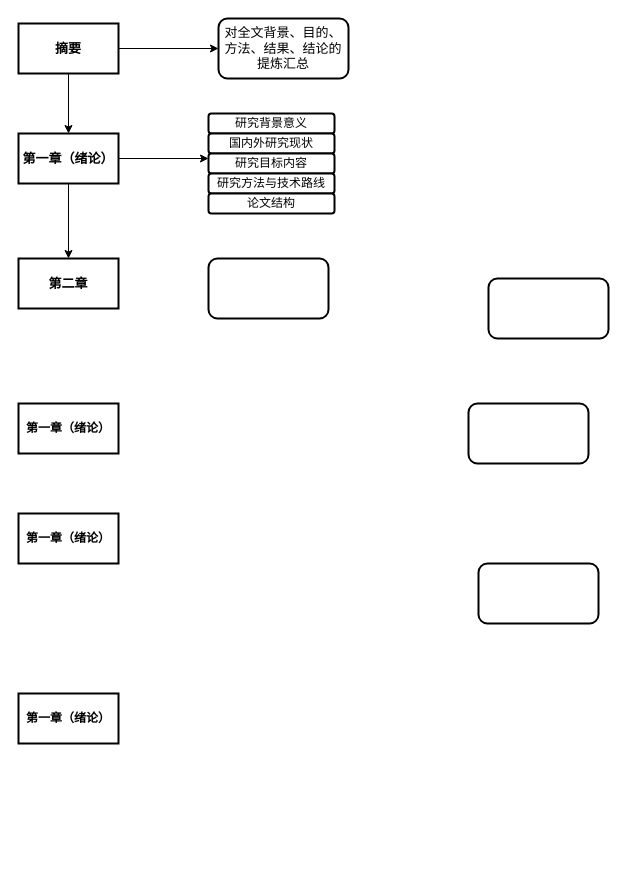
Earlier version of the draw.io diagram KG.drawio (huxinkan517/DRAW.IO). Source tidied: cells renumbered, new cells numbered last; positions are measured from the earlier drawing's top-left corner, leaving out a move shared by most shapes. Both pictures are drawn from the tidied source at 100%, with x=0, y=0 at pixel (18, 18).
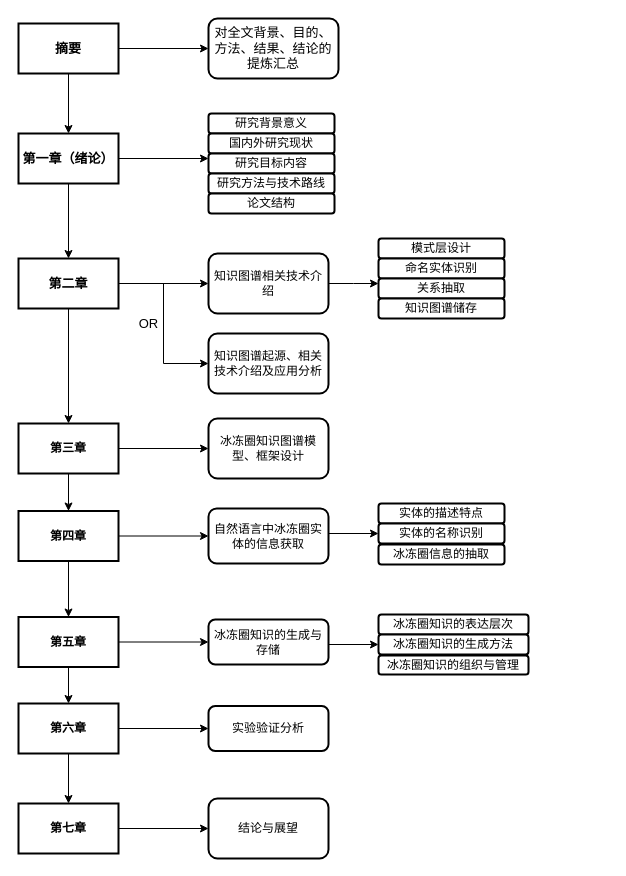
Above is the later version.

The change refers to these unchanged cells:
```xml
<mxCell id="6" value="&lt;b&gt;&lt;font style=&quot;font-size: 13px&quot;&gt;第二章&lt;/font&gt;&lt;/b&gt;" style="rounded=0;whiteSpace=wrap;html=1;strokeWidth=2;" parent="1" vertex="1">
  <mxGeometry y="240" width="100" height="50" as="geometry" />
</mxCell>
```

The edit, as a diff of the source:
```diff
@@
     <mxCell id="5" value="&lt;font style=&quot;font-size: 13px&quot;&gt;对全文背景、目的、方法、结果、结论的提炼汇总&lt;/font&gt;" style="rounded=1;whiteSpace=wrap;html=1;strokeWidth=2;" parent="1" vertex="1">
-      <mxGeometry x="200" width="130" height="60" as="geometry" />
+      <mxGeometry x="190" width="130" height="60" as="geometry" />
     </mxCell>
+    <mxCell id="22" style="edgeStyle=orthogonalEdgeStyle;rounded=0;jettySize=auto;html=1;exitX=1;exitY=0.5;exitDx=0;exitDy=0;entryX=0;entryY=0.5;entryDx=0;entryDy=0;fontSize=13;" parent="1" edge="1" source="6" target="11">
+      <mxGeometry relative="1" as="geometry" />
+    </mxCell>
+    <mxCell id="23" style="edgeStyle=orthogonalEdgeStyle;rounded=0;jettySize=auto;html=1;exitX=1;exitY=0.5;exitDx=0;exitDy=0;entryX=0;entryY=0.5;entryDx=0;entryDy=0;fontSize=13;" parent="1" edge="1" source="6" target="34">
+      <mxGeometry relative="1" as="geometry" />
+    </mxCell>
+    <mxCell id="24" style="edgeStyle=orthogonalEdgeStyle;rounded=0;jettySize=auto;html=1;exitX=0.5;exitY=1;exitDx=0;exitDy=0;entryX=0.5;entryY=0;entryDx=0;entryDy=0;fontSize=13;" parent="1" edge="1" source="6" target="7">
+      <mxGeometry relative="1" as="geometry" />
+    </mxCell>
@@
+    <mxCell id="25" style="edgeStyle=orthogonalEdgeStyle;rounded=0;jettySize=auto;html=1;exitX=1;exitY=0.5;exitDx=0;exitDy=0;entryX=0;entryY=0.5;entryDx=0;entryDy=0;fontSize=13;" parent="1" edge="1" source="7" target="13">
+      <mxGeometry relative="1" as="geometry" />
+    </mxCell>
+    <mxCell id="26" style="edgeStyle=orthogonalEdgeStyle;rounded=0;jettySize=auto;html=1;exitX=0.5;exitY=1;exitDx=0;exitDy=0;entryX=0.5;entryY=0;entryDx=0;entryDy=0;fontSize=13;" parent="1" edge="1" source="7" target="38">
+      <mxGeometry relative="1" as="geometry" />
+    </mxCell>
-    <mxCell id="7" value="&lt;b&gt;第一章（绪论）&lt;/b&gt;" style="rounded=0;whiteSpace=wrap;html=1;strokeWidth=2;" parent="1" vertex="1">
-      <mxGeometry y="385" width="100" height="50" as="geometry" />
+    <mxCell id="7" value="&lt;b&gt;第三章&lt;/b&gt;" style="rounded=0;whiteSpace=wrap;html=1;strokeWidth=2;" parent="1" vertex="1">
+      <mxGeometry y="405" width="100" height="50" as="geometry" />
     </mxCell>
-    <mxCell id="8" value="&lt;b&gt;第一章（绪论）&lt;/b&gt;" style="rounded=0;whiteSpace=wrap;html=1;strokeWidth=2;" parent="1" vertex="1">
-      <mxGeometry y="495" width="100" height="50" as="geometry" />
-    </mxCell>
+    <mxCell id="27" style="edgeStyle=orthogonalEdgeStyle;rounded=0;jettySize=auto;html=1;exitX=1;exitY=0.5;exitDx=0;exitDy=0;entryX=0;entryY=0.5;entryDx=0;entryDy=0;fontSize=13;" parent="1" edge="1" source="9" target="44">
+      <mxGeometry relative="1" as="geometry" />
+    </mxCell>
+    <mxCell id="28" style="edgeStyle=orthogonalEdgeStyle;rounded=0;jettySize=auto;html=1;exitX=0.5;exitY=1;exitDx=0;exitDy=0;entryX=0.5;entryY=0;entryDx=0;entryDy=0;fontSize=13;" parent="1" edge="1" source="9" target="53">
+      <mxGeometry relative="1" as="geometry" />
+    </mxCell>
-    <mxCell id="9" value="&lt;b&gt;第一章（绪论）&lt;/b&gt;" style="rounded=0;whiteSpace=wrap;html=1;strokeWidth=2;" parent="1" vertex="1">
-      <mxGeometry y="675" width="100" height="50" as="geometry" />
+    <mxCell id="9" value="&lt;b&gt;第五章&lt;/b&gt;" style="rounded=0;whiteSpace=wrap;html=1;strokeWidth=2;" parent="1" vertex="1">
+      <mxGeometry y="598.5" width="100" height="50" as="geometry" />
     </mxCell>
@@
+    <mxCell id="29" style="edgeStyle=orthogonalEdgeStyle;rounded=0;jettySize=auto;html=1;exitX=1;exitY=0.5;exitDx=0;exitDy=0;fontSize=13;" parent="1" edge="1" source="11">
+      <mxGeometry relative="1" as="geometry">
+        <mxPoint x="360" y="265" as="targetPoint" />
+      </mxGeometry>
+    </mxCell>
-    <mxCell id="11" style="rounded=1;whiteSpace=wrap;html=1;strokeWidth=2;" parent="1" vertex="1">
-      <mxGeometry x="190" y="240" width="120" height="60" as="geometry" />
+    <mxCell id="11" value="知识图谱相关技术介绍" style="rounded=1;whiteSpace=wrap;html=1;strokeWidth=2;" parent="1" vertex="1">
+      <mxGeometry x="190" y="235" width="120" height="60" as="geometry" />
     </mxCell>
@@
-    <mxCell id="13" style="rounded=1;whiteSpace=wrap;html=1;strokeWidth=2;" parent="1" vertex="1">
-      <mxGeometry x="470" y="260" width="120" height="60" as="geometry" />
+    <mxCell id="13" value="冰冻圈知识图谱模型、框架设计" style="rounded=1;whiteSpace=wrap;html=1;strokeWidth=2;" parent="1" vertex="1">
+      <mxGeometry x="190" y="400" width="120" height="60" as="geometry" />
     </mxCell>
@@
-    <mxCell id="17" style="rounded=1;whiteSpace=wrap;html=1;strokeWidth=2;" parent="1" vertex="1">
-      <mxGeometry x="450" y="385" width="120" height="60" as="geometry" />
-    </mxCell>
@@
-    <mxCell id="21" style="rounded=1;whiteSpace=wrap;html=1;strokeWidth=2;" parent="1" vertex="1">
-      <mxGeometry x="460" y="545" width="120" height="60" as="geometry" />
+    <mxCell id="21" value="结论与展望" style="rounded=1;whiteSpace=wrap;html=1;strokeWidth=2;" parent="1" vertex="1">
+      <mxGeometry x="190" y="780" width="120" height="60" as="geometry" />
     </mxCell>
+    <mxCell id="30" value="模式层设计" style="rounded=1;whiteSpace=wrap;html=1;strokeWidth=2;" parent="1" vertex="1">
+      <mxGeometry x="360" y="220" width="126" height="20" as="geometry" />
+    </mxCell>
+    <mxCell id="31" value="命名实体识别" style="rounded=1;whiteSpace=wrap;html=1;strokeWidth=2;" parent="1" vertex="1">
+      <mxGeometry x="360" y="240" width="126" height="20" as="geometry" />
+    </mxCell>
+    <mxCell id="32" value="关系抽取" style="rounded=1;whiteSpace=wrap;html=1;strokeWidth=2;" parent="1" vertex="1">
+      <mxGeometry x="360" y="260" width="126" height="20" as="geometry" />
+    </mxCell>
+    <mxCell id="33" value="OR" style="text;html=1;align=center;verticalAlign=middle;strokeColor=none;fillColor=none;fontSize=13;" parent="1" vertex="1">
+      <mxGeometry x="110" y="295" width="40" height="20" as="geometry" />
+    </mxCell>
+    <mxCell id="34" value="知识图谱起源、相关技术介绍及应用分析" style="rounded=1;whiteSpace=wrap;html=1;strokeWidth=2;" parent="1" vertex="1">
+      <mxGeometry x="190" y="315" width="120" height="60" as="geometry" />
+    </mxCell>
+    <mxCell id="35" value="知识图谱储存" style="rounded=1;whiteSpace=wrap;html=1;strokeWidth=2;" parent="1" vertex="1">
+      <mxGeometry x="360" y="280" width="126" height="20" as="geometry" />
+    </mxCell>
+    <mxCell id="36" style="edgeStyle=orthogonalEdgeStyle;rounded=0;jettySize=auto;html=1;exitX=1;exitY=0.5;exitDx=0;exitDy=0;entryX=0;entryY=0.5;entryDx=0;entryDy=0;fontSize=13;" parent="1" edge="1" source="38" target="39">
+      <mxGeometry relative="1" as="geometry" />
+    </mxCell>
+    <mxCell id="37" style="edgeStyle=orthogonalEdgeStyle;rounded=0;jettySize=auto;html=1;exitX=0.5;exitY=1;exitDx=0;exitDy=0;entryX=0.5;entryY=0;entryDx=0;entryDy=0;fontSize=13;" parent="1" edge="1" source="38" target="9">
+      <mxGeometry relative="1" as="geometry" />
+    </mxCell>
+    <mxCell id="38" value="&lt;b&gt;第四章&lt;/b&gt;" style="rounded=0;whiteSpace=wrap;html=1;strokeWidth=2;" parent="1" vertex="1">
+      <mxGeometry y="492.5" width="100" height="50" as="geometry" />
+    </mxCell>
+    <mxCell id="39" value="自然语言中冰冻圈实体的信息获取" style="rounded=1;whiteSpace=wrap;html=1;strokeWidth=2;" parent="1" vertex="1">
+      <mxGeometry x="190" y="490" width="120" height="55" as="geometry" />
+    </mxCell>
+    <mxCell id="40" style="edgeStyle=orthogonalEdgeStyle;rounded=0;orthogonalLoop=1;jettySize=auto;html=1;exitX=1;exitY=0.5;exitDx=0;exitDy=0;fontSize=13;" parent="1" edge="1">
+      <mxGeometry relative="1" as="geometry">
+        <mxPoint x="310" y="515" as="sourcePoint" />
+        <mxPoint x="360" y="515" as="targetPoint" />
+      </mxGeometry>
+    </mxCell>
+    <mxCell id="41" value="实体的描述特点" style="rounded=1;whiteSpace=wrap;html=1;strokeWidth=2;" parent="1" vertex="1">
+      <mxGeometry x="360" y="485" width="126" height="20" as="geometry" />
+    </mxCell>
+    <mxCell id="42" value="实体的名称识别" style="rounded=1;whiteSpace=wrap;html=1;strokeWidth=2;" parent="1" vertex="1">
+      <mxGeometry x="360" y="505" width="126" height="20" as="geometry" />
+    </mxCell>
+    <mxCell id="43" value="冰冻圈信息的抽取" style="rounded=1;whiteSpace=wrap;html=1;strokeWidth=2;" parent="1" vertex="1">
+      <mxGeometry x="360" y="526" width="126" height="20" as="geometry" />
+    </mxCell>
+    <mxCell id="44" value="冰冻圈知识的生成与存储" style="rounded=1;whiteSpace=wrap;html=1;strokeWidth=2;" parent="1" vertex="1">
+      <mxGeometry x="190" y="601" width="120" height="45" as="geometry" />
+    </mxCell>
+    <mxCell id="45" style="edgeStyle=orthogonalEdgeStyle;rounded=0;orthogonalLoop=1;jettySize=auto;html=1;exitX=1;exitY=0.5;exitDx=0;exitDy=0;fontSize=13;" parent="1" edge="1">
+      <mxGeometry relative="1" as="geometry">
+        <mxPoint x="310" y="626" as="sourcePoint" />
+        <mxPoint x="360" y="626" as="targetPoint" />
+      </mxGeometry>
+    </mxCell>
+    <mxCell id="46" value="冰冻圈知识的表达层次" style="rounded=1;whiteSpace=wrap;html=1;strokeWidth=2;" parent="1" vertex="1">
+      <mxGeometry x="360" y="596" width="150" height="20" as="geometry" />
+    </mxCell>
+    <mxCell id="47" value="冰冻圈知识的生成方法" style="rounded=1;whiteSpace=wrap;html=1;strokeWidth=2;" parent="1" vertex="1">
+      <mxGeometry x="360" y="616" width="150" height="20" as="geometry" />
+    </mxCell>
+    <mxCell id="48" value="冰冻圈知识的组织与管理" style="rounded=1;whiteSpace=wrap;html=1;strokeWidth=2;" parent="1" vertex="1">
+      <mxGeometry x="360" y="637" width="150" height="19" as="geometry" />
+    </mxCell>
+    <mxCell id="49" style="edgeStyle=orthogonalEdgeStyle;rounded=0;jettySize=auto;html=1;exitX=1;exitY=0.5;exitDx=0;exitDy=0;entryX=0;entryY=0.5;entryDx=0;entryDy=0;fontSize=13;" parent="1" edge="1" source="50" target="21">
+      <mxGeometry relative="1" as="geometry" />
+    </mxCell>
+    <mxCell id="50" value="&lt;b&gt;第七章&lt;/b&gt;" style="rounded=0;whiteSpace=wrap;html=1;strokeWidth=2;" parent="1" vertex="1">
+      <mxGeometry y="785" width="100" height="50" as="geometry" />
+    </mxCell>
+    <mxCell id="51" style="edgeStyle=orthogonalEdgeStyle;rounded=0;jettySize=auto;html=1;exitX=1;exitY=0.5;exitDx=0;exitDy=0;entryX=0;entryY=0.5;entryDx=0;entryDy=0;fontSize=13;" parent="1" edge="1" source="53" target="54">
+      <mxGeometry relative="1" as="geometry" />
+    </mxCell>
+    <mxCell id="52" style="edgeStyle=orthogonalEdgeStyle;rounded=0;jettySize=auto;html=1;exitX=0.5;exitY=1;exitDx=0;exitDy=0;entryX=0.5;entryY=0;entryDx=0;entryDy=0;fontSize=13;" parent="1" edge="1" source="53" target="50">
+      <mxGeometry relative="1" as="geometry" />
+    </mxCell>
+    <mxCell id="53" value="&lt;b&gt;第六章&lt;/b&gt;" style="rounded=0;whiteSpace=wrap;html=1;strokeWidth=2;" parent="1" vertex="1">
+      <mxGeometry y="685" width="100" height="50" as="geometry" />
+    </mxCell>
+    <mxCell id="54" value="实验验证分析" style="rounded=1;whiteSpace=wrap;html=1;strokeWidth=2;" parent="1" vertex="1">
+      <mxGeometry x="190" y="687.5" width="120" height="45" as="geometry" />
+    </mxCell>
```
